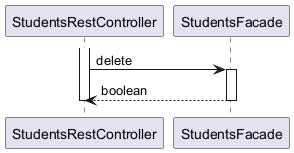
The PlantUML diagram ingress/documentation/html/images/Education.Students.deleteStudent.puml.png.png in OlegSopilnyak/school-demo, before a commit. Source of this version:
```plantuml
@startuml

participant StudentsRestController
participant StudentsFacade

activate StudentsRestController
	StudentsRestController -> StudentsFacade : delete
	activate StudentsFacade
		StudentsFacade --> StudentsRestController : boolean
	deactivate StudentsFacade
deactivate StudentsRestController

@enduml
```
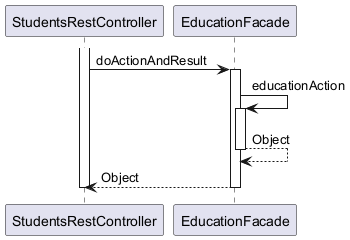
After the change.

What changed in the source:
```diff
@@ -1,13 +1,17 @@
 @startuml
 
 participant StudentsRestController
-participant StudentsFacade
+participant EducationFacade
 
 activate StudentsRestController
-	StudentsRestController -> StudentsFacade : delete
-	activate StudentsFacade
-		StudentsFacade --> StudentsRestController : boolean
-	deactivate StudentsFacade
+	StudentsRestController -> EducationFacade : doActionAndResult
+	activate EducationFacade
+		EducationFacade -> EducationFacade : educationAction
+		activate EducationFacade
+			EducationFacade --> EducationFacade : Object
+		deactivate EducationFacade
+		EducationFacade --> StudentsRestController : Object
+	deactivate EducationFacade
 deactivate StudentsRestController
 
 @enduml
```
